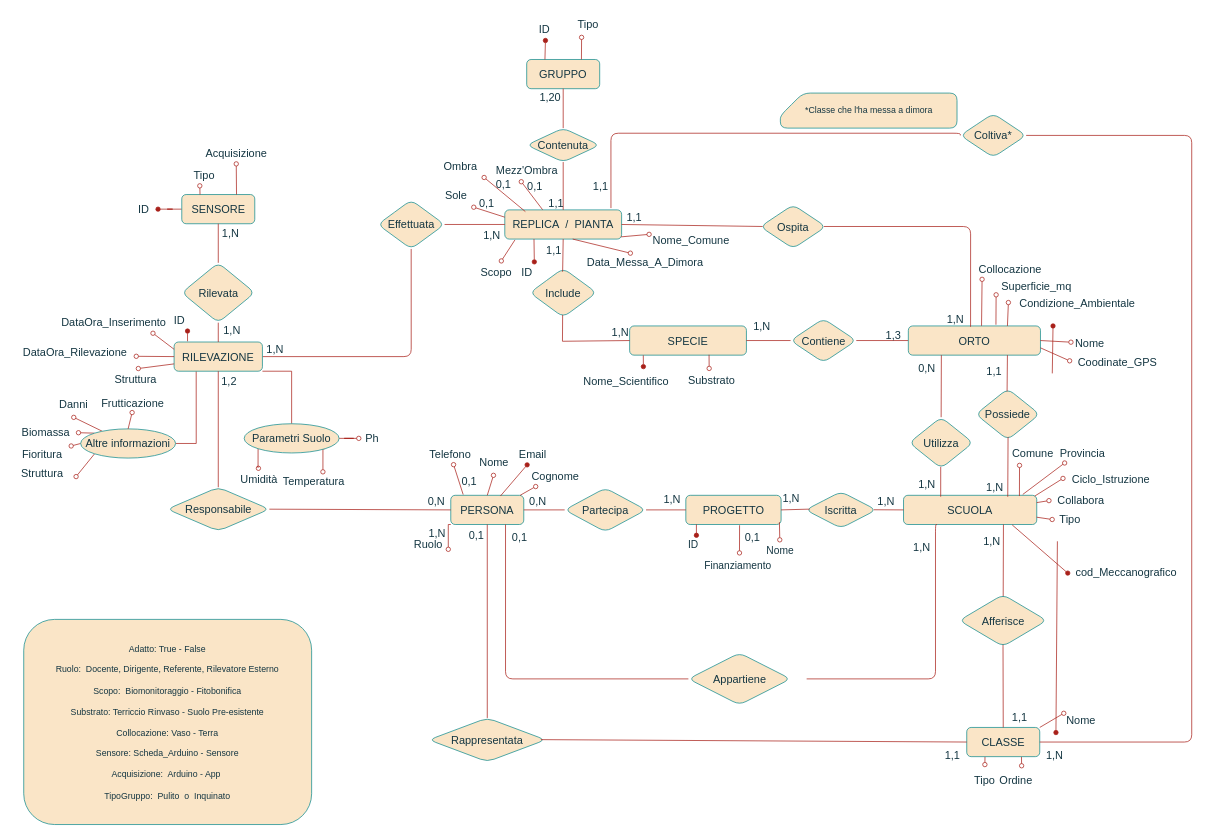
Earlier version of the draw.io diagram Parte I/DiagrammaNonRistrutturato.drawio (andrewasterix/BD). Source tidied: cells renumbered, new cells numbered last; positions are measured from the earlier drawing's top-left corner, leaving out a move shared by most shapes. Both pictures are drawn from the tidied source at 73%, with x=0, y=0 at pixel (12, 12).
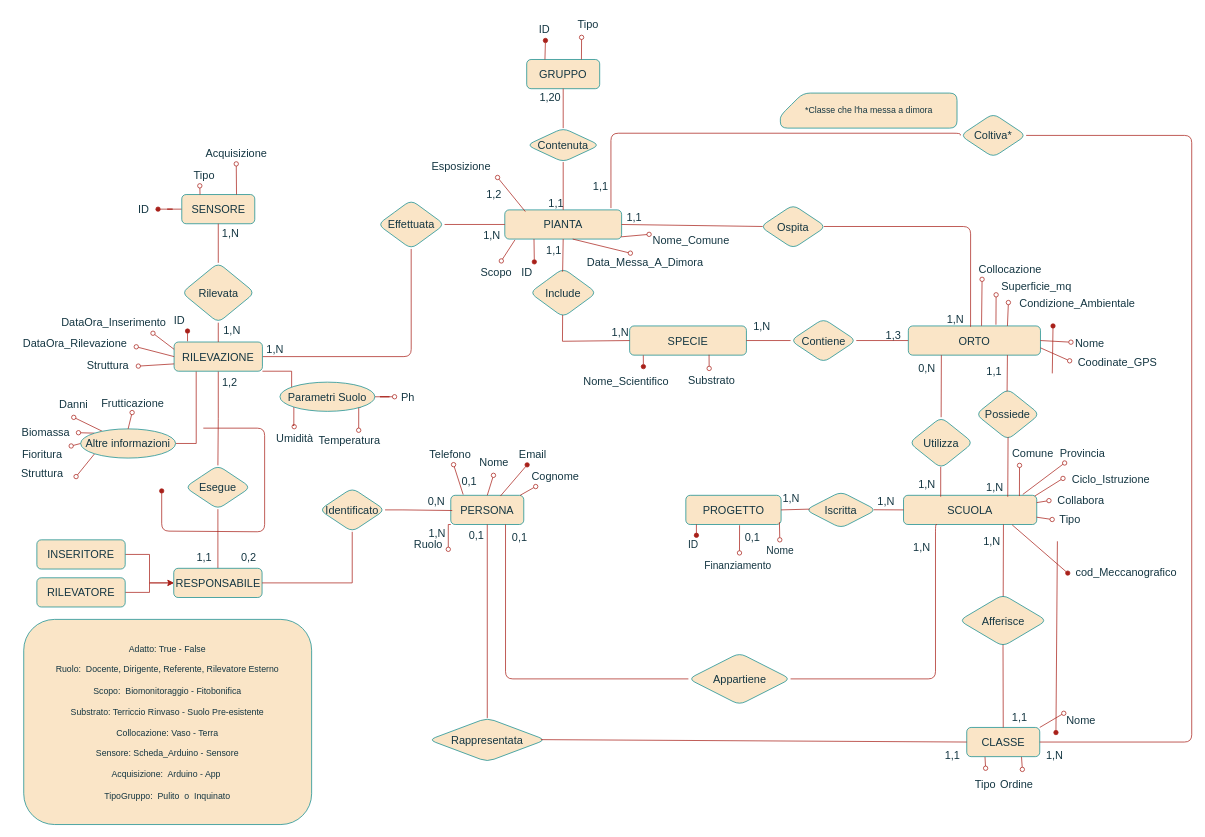
The same diagram, later.

Commit message (it also covers changes not shown here):
DIO CARO non voglio più vedere il diagramma

Unchanged cells that the change refers to:
```xml
<mxCell id="2" value="SCUOLA" style="rounded=1;whiteSpace=wrap;html=1;shadow=0;glass=0;points=[[0,0,0,0,0],[0,0.25,0,0,0],[0,0.5,0,0,0],[0,0.75,0,0,0],[0,1,0,0,0],[0.25,0,0,0,0],[0.25,1,0,0,0],[0.5,0,0,0,0],[0.5,1,0,0,0],[0.75,0,0,0,0],[0.75,1,0,0,0],[1,0,0,0,0],[1,0.25,0,0,0],[1,0.5,0,0,0],[1,0.75,0,0,0],[1,1,0,0,0]];fontSize=15;labelBackgroundColor=none;fillColor=#FAE5C7;strokeColor=#0F8B8D;fontColor=#143642;" parent="1" vertex="1">
  <mxGeometry x="1220.2" y="661" width="182.5" height="40" as="geometry" />
</mxCell>
<mxCell id="5" value="PERSONA" style="whiteSpace=wrap;html=1;rounded=1;shadow=0;glass=0;fontSize=15;points=[[0,0,0,0,0],[0,0.25,0,0,0],[0,0.5,0,0,0],[0,0.75,0,0,0],[0,1,0,0,0],[0.25,0,0,0,0],[0.25,1,0,0,0],[0.5,0,0,0,0],[0.5,1,0,0,0],[0.75,0,0,0,0],[0.75,1,0,0,0],[1,0,0,0,0],[1,0.25,0,0,0],[1,0.5,0,0,0],[1,0.75,0,0,0],[1,1,0,0,0]];labelBackgroundColor=none;fillColor=#FAE5C7;strokeColor=#0F8B8D;fontColor=#143642;" parent="1" vertex="1">
  <mxGeometry x="600" y="661" width="100" height="40" as="geometry" />
</mxCell>
<mxCell id="22" value="RILEVAZIONE" style="whiteSpace=wrap;html=1;rounded=1;shadow=0;glass=0;fontSize=15;points=[[0,0,0,0,0],[0,0.25,0,0,0],[0,0.5,0,0,0],[0,0.75,0,0,0],[0,1,0,0,0],[0.25,0,0,0,0],[0.25,1,0,0,0],[0.5,0,0,0,0],[0.5,1,0,0,0],[0.75,0,0,0,0],[0.75,1,0,0,0],[1,0,0,0,0],[1,0.25,0,0,0],[1,0.5,0,0,0],[1,0.75,0,0,0],[1,1,0,0,0]];labelBackgroundColor=none;fillColor=#FAE5C7;strokeColor=#0F8B8D;fontColor=#143642;" parent="1" vertex="1">
  <mxGeometry x="221" y="451" width="121" height="40" as="geometry" />
</mxCell>
<mxCell id="36" value="Appartiene" style="rhombus;whiteSpace=wrap;html=1;fontFamily=Helvetica;fontSize=15;align=center;verticalAlign=middle;labelBackgroundColor=none;rounded=1;fillColor=#FAE5C7;strokeColor=#0F8B8D;fontColor=#143642;" parent="1" vertex="1">
  <mxGeometry x="925.5" y="877" width="140" height="71" as="geometry" />
</mxCell>
<mxCell id="49" value="PROGETTO" style="rounded=1;whiteSpace=wrap;html=1;shadow=0;glass=0;points=[[0,0,0,0,0],[0,0.25,0,0,0],[0,0.5,0,0,0],[0,0.75,0,0,0],[0,1,0,0,0],[0.25,0,0,0,0],[0.25,1,0,0,0],[0.5,0,0,0,0],[0.5,1,0,0,0],[0.75,0,0,0,0],[0.75,1,0,0,0],[1,0,0,0,0],[1,0.25,0,0,0],[1,0.5,0,0,0],[1,0.75,0,0,0],[1,1,0,0,0]];fontSize=15;labelBackgroundColor=none;fillColor=#FAE5C7;strokeColor=#0F8B8D;fontColor=#143642;" parent="1" vertex="1">
  <mxGeometry x="922" y="661" width="130.5" height="40" as="geometry" />
</mxCell>
<mxCell id="140" value="0,N" style="text;html=1;align=center;verticalAlign=middle;points=[];strokeColor=none;fillColor=none;fontSize=15;fontFamily=Helvetica;rounded=1;labelBackgroundColor=none;fontColor=#143642;" parent="1" vertex="1">
  <mxGeometry x="559" y="654" width="41" height="30" as="geometry" />
</mxCell>
```

What changed in the source:
```diff
@@
-    <mxCell id="3" value="Partecipa" style="rhombus;whiteSpace=wrap;html=1;rounded=1;shadow=0;glass=0;fontSize=15;align=center;verticalAlign=middle;labelBackgroundColor=none;fillColor=#FAE5C7;strokeColor=#0F8B8D;fontColor=#143642;" parent="1" vertex="1">
-      <mxGeometry x="756" y="651" width="111.5" height="60" as="geometry" />
-    </mxCell>
@@
     <mxCell id="15" value="Ordine" style="text;html=1;align=center;verticalAlign=middle;points=[];strokeColor=none;fillColor=none;fontSize=15;fontFamily=Helvetica;labelBackgroundColor=none;rounded=1;fontColor=#143642;arcSize=50;" parent="1" vertex="1">
-      <mxGeometry x="1339" y="1036" width="70" height="30" as="geometry" />
+      <mxGeometry x="1340" y="1041" width="70" height="30" as="geometry" />
     </mxCell>
     <mxCell id="16" value="Tipo" style="text;html=1;align=center;verticalAlign=middle;points=[];strokeColor=none;fillColor=none;fontSize=15;fontFamily=Helvetica;labelBackgroundColor=none;rounded=1;fontColor=#143642;" parent="1" vertex="1">
-      <mxGeometry x="1305.8" y="1036" width="50" height="30" as="geometry" />
+      <mxGeometry x="1306.8" y="1041" width="50" height="30" as="geometry" />
     </mxCell>
@@
+    <mxCell id="200" style="edgeStyle=orthogonalEdgeStyle;rounded=0;jettySize=auto;html=1;exitX=0.5;exitY=1;exitDx=0;exitDy=0;exitPerimeter=0;endArrow=none;endFill=0;fillColor=#FAE5C7;strokeColor=#A8201A;labelBackgroundColor=none;fontColor=default;" parent="1" edge="1" source="22" target="201">
+      <mxGeometry relative="1" as="geometry" />
+    </mxCell>
@@
-    <mxCell id="25" value="Responsabile" style="rhombus;whiteSpace=wrap;html=1;fontSize=15;labelBackgroundColor=none;rounded=1;fillColor=#FAE5C7;strokeColor=#0F8B8D;fontColor=#143642;" parent="1" vertex="1">
-      <mxGeometry x="211.5" y="650" width="140" height="60" as="geometry" />
-    </mxCell>
@@
-    <mxCell id="38" value="REPLICA&amp;nbsp; /&amp;nbsp; PIANTA" style="rounded=1;whiteSpace=wrap;html=1;shadow=0;glass=0;points=[[0,0,0,0,0],[0,0.25,0,0,0],[0,0.5,0,0,0],[0,0.75,0,0,0],[0,1,0,0,0],[0.25,0,0,0,0],[0.25,1,0,0,0],[0.5,0,0,0,0],[0.5,1,0,0,0],[0.75,0,0,0,0],[0.75,1,0,0,0],[1,0,0,0,0],[1,0.25,0,0,0],[1,0.5,0,0,0],[1,0.75,0,0,0],[1,1,0,0,0]];fontSize=15;labelBackgroundColor=none;fillColor=#FAE5C7;strokeColor=#0F8B8D;fontColor=#143642;" parent="1" vertex="1">
+    <mxCell id="38" value="PIANTA" style="rounded=1;whiteSpace=wrap;html=1;shadow=0;glass=0;points=[[0,0,0,0,0],[0,0.25,0,0,0],[0,0.5,0,0,0],[0,0.75,0,0,0],[0,1,0,0,0],[0.25,0,0,0,0],[0.25,1,0,0,0],[0.5,0,0,0,0],[0.5,1,0,0,0],[0.75,0,0,0,0],[0.75,1,0,0,0],[1,0,0,0,0],[1,0.25,0,0,0],[1,0.5,0,0,0],[1,0.75,0,0,0],[1,1,0,0,0]];fontSize=15;labelBackgroundColor=none;fillColor=#FAE5C7;strokeColor=#0F8B8D;fontColor=#143642;" parent="1" vertex="1">
       <mxGeometry x="674" y="270" width="160" height="40" as="geometry" />
     </mxCell>
@@
-    <mxCell id="45" style="endArrow=none;html=1;rounded=0;entryX=0;entryY=0.5;entryDx=0;entryDy=0;entryPerimeter=0;exitX=1;exitY=0.5;exitDx=0;exitDy=0;labelBackgroundColor=none;strokeColor=#A8201A;fontColor=default;" parent="1" edge="1" source="25" target="5">
-      <mxGeometry relative="1" as="geometry" />
-    </mxCell>
@@
-    <mxCell id="50" style="endArrow=none;html=1;rounded=0;entryX=0;entryY=0.5;entryDx=0;entryDy=0;entryPerimeter=0;exitX=1;exitY=0.5;exitDx=0;exitDy=0;labelBackgroundColor=none;strokeColor=#A8201A;fontColor=default;" parent="1" edge="1" source="3" target="49">
-      <mxGeometry relative="1" as="geometry" />
-    </mxCell>
-    <mxCell id="51" style="endArrow=none;html=1;rounded=0;entryX=1;entryY=0.5;entryDx=0;entryDy=0;entryPerimeter=0;exitX=0;exitY=0.5;exitDx=0;exitDy=0;labelBackgroundColor=none;strokeColor=#A8201A;fontColor=default;" parent="1" edge="1" source="3" target="5">
-      <mxGeometry relative="1" as="geometry" />
-    </mxCell>
@@
-    <mxCell id="69" style="edgeStyle=orthogonalEdgeStyle;rounded=1;jettySize=auto;html=1;entryX=1;entryY=0.5;entryDx=0;entryDy=0;fontFamily=Helvetica;fontSize=15;fontColor=default;endArrow=none;endFill=0;labelBackgroundColor=none;exitX=0.25;exitY=1;exitDx=0;exitDy=0;strokeColor=#A8201A;exitPerimeter=0;" parent="1" edge="1" source="2">
+    <mxCell id="69" style="edgeStyle=orthogonalEdgeStyle;rounded=1;jettySize=auto;html=1;entryX=1;entryY=0.5;entryDx=0;entryDy=0;fontFamily=Helvetica;fontSize=15;fontColor=default;endArrow=none;endFill=0;labelBackgroundColor=none;exitX=0.25;exitY=1;exitDx=0;exitDy=0;strokeColor=#A8201A;exitPerimeter=0;" parent="1" edge="1" source="2" target="36">
       <mxGeometry relative="1" as="geometry">
-        <mxPoint x="1087.5" y="912.5" as="targetPoint" />
         <Array as="points">
           <mxPoint x="1264" y="701" />
           <mxPoint x="1264" y="913" />
         </Array>
       </mxGeometry>
     </mxCell>
@@
-    <mxCell id="76" style="edgeStyle=none;shape=connector;rounded=1;jettySize=auto;html=1;exitX=0;exitY=0.75;exitDx=0;exitDy=0;labelBackgroundColor=none;fontFamily=Helvetica;fontSize=15;fontColor=default;endArrow=oval;endFill=0;strokeColor=#A8201A;entryX=0.55;entryY=0.011;entryDx=0;entryDy=0;entryPerimeter=0;exitPerimeter=0;" parent="1" edge="1" source="22" target="77">
+    <mxCell id="76" style="edgeStyle=none;shape=connector;rounded=1;jettySize=auto;html=1;exitX=0;exitY=0.75;exitDx=0;exitDy=0;labelBackgroundColor=none;fontFamily=Helvetica;fontSize=15;fontColor=default;endArrow=oval;endFill=0;strokeColor=#A8201A;entryX=1.025;entryY=0.567;entryDx=0;entryDy=0;entryPerimeter=0;exitPerimeter=0;" parent="1" edge="1" source="22" target="77">
       <mxGeometry relative="1" as="geometry" />
     </mxCell>
     <mxCell id="77" value="&lt;span style=&quot;font-size: 15px;&quot;&gt;Struttura&lt;/span&gt;" style="text;html=1;align=center;verticalAlign=middle;points=[];strokeColor=none;fillColor=none;fontSize=15;fontFamily=Helvetica;labelBackgroundColor=none;rounded=1;fontColor=#143642;" parent="1" vertex="1">
-      <mxGeometry x="128" y="487" width="80" height="30" as="geometry" />
+      <mxGeometry x="90" y="467" width="80" height="30" as="geometry" />
     </mxCell>
@@
     <mxCell id="81" value="&lt;span style=&quot;font-size: 15px;&quot;&gt;DataOra_Rilevazione&lt;/span&gt;" style="text;html=1;align=center;verticalAlign=middle;points=[];strokeColor=none;fillColor=none;fontSize=15;fontFamily=Helvetica;labelBackgroundColor=none;rounded=1;fontColor=#143642;" parent="1" vertex="1">
-      <mxGeometry y="450" width="170" height="30" as="geometry" />
+      <mxGeometry y="437" width="170" height="30" as="geometry" />
     </mxCell>
@@
-    <mxCell id="95" style="edgeStyle=none;shape=connector;rounded=1;jettySize=auto;html=1;labelBackgroundColor=none;fontFamily=Helvetica;fontSize=15;fontColor=default;endArrow=oval;endFill=0;strokeColor=#A8201A;exitX=0.324;exitY=-0.004;exitDx=0;exitDy=0;exitPerimeter=0;entryX=0.433;entryY=1.015;entryDx=0;entryDy=0;entryPerimeter=0;" parent="1" edge="1" source="38" target="97">
-      <mxGeometry relative="1" as="geometry" />
-    </mxCell>
@@
-    <mxCell id="97" value="&lt;span style=&quot;font-size: 15px;&quot;&gt;Mezz'Ombra&lt;br&gt;&lt;/span&gt;" style="text;html=1;align=center;verticalAlign=middle;points=[];strokeColor=none;fillColor=none;fontSize=15;fontFamily=Helvetica;labelBackgroundColor=none;rounded=1;fontColor=#143642;arcSize=0;rotation=0;" parent="1" vertex="1">
-      <mxGeometry x="652" y="201" width="103" height="30" as="geometry" />
-    </mxCell>
@@
-    <mxCell id="139" value="0,N" style="text;html=1;align=center;verticalAlign=middle;strokeColor=none;fillColor=none;fontSize=15;fontFamily=Helvetica;rounded=1;labelBackgroundColor=none;fontColor=#143642;" parent="1" vertex="1">
-      <mxGeometry x="698" y="654" width="41" height="30" as="geometry" />
-    </mxCell>
@@
-    <mxCell id="164" value="1,2" style="text;html=1;align=center;verticalAlign=middle;strokeColor=none;fillColor=none;fontSize=15;fontFamily=Helvetica;rounded=1;labelBackgroundColor=none;fontColor=#143642;" parent="1" vertex="1">
-      <mxGeometry x="276" y="490" width="39" height="30" as="geometry" />
-    </mxCell>
@@
-    <mxCell id="166" value="1,N" style="text;html=1;align=center;verticalAlign=middle;strokeColor=none;fillColor=none;fontSize=15;fontFamily=Helvetica;rounded=1;labelBackgroundColor=none;fontColor=#143642;" parent="1" vertex="1">
-      <mxGeometry x="882" y="651" width="41" height="30" as="geometry" />
-    </mxCell>
@@
-    <mxCell id="169" style="endArrow=none;html=1;rounded=0;exitX=0.5;exitY=0;exitDx=0;exitDy=0;entryX=0.5;entryY=1;entryDx=0;entryDy=0;entryPerimeter=0;labelBackgroundColor=none;strokeColor=#A8201A;fontColor=default;" parent="1" edge="1" source="25" target="22">
-      <mxGeometry relative="1" as="geometry" />
-    </mxCell>
@@
-    <mxCell id="172" value="&lt;span style=&quot;font-size: 15px;&quot;&gt;Ombra&lt;br&gt;&lt;/span&gt;" style="text;html=1;align=center;verticalAlign=middle;points=[];strokeColor=none;fillColor=none;fontSize=15;fontFamily=Helvetica;labelBackgroundColor=none;rounded=1;fontColor=#143642;arcSize=0;rotation=0;" parent="1" vertex="1">
-      <mxGeometry x="581" y="195" width="64" height="30" as="geometry" />
+    <mxCell id="172" value="&lt;span style=&quot;font-size: 15px;&quot;&gt;Esposizione&lt;br&gt;&lt;/span&gt;" style="text;html=1;align=center;verticalAlign=middle;points=[];strokeColor=none;fillColor=none;fontSize=15;fontFamily=Helvetica;labelBackgroundColor=none;rounded=1;fontColor=#143642;arcSize=0;rotation=0;" parent="1" vertex="1">
+      <mxGeometry x="564" y="195" width="99" height="30" as="geometry" />
     </mxCell>
-    <mxCell id="173" style="edgeStyle=none;shape=connector;rounded=1;jettySize=auto;html=1;labelBackgroundColor=none;fontFamily=Helvetica;fontSize=15;fontColor=default;endArrow=oval;endFill=0;strokeColor=#A8201A;exitX=0;exitY=0.25;exitDx=0;exitDy=0;exitPerimeter=0;entryX=1.01;entryY=1.045;entryDx=0;entryDy=0;entryPerimeter=0;" parent="1" edge="1" source="38" target="174">
-      <mxGeometry relative="1" as="geometry" />
-    </mxCell>
-    <mxCell id="174" value="&lt;span style=&quot;font-size: 15px;&quot;&gt;Sole&lt;br&gt;&lt;/span&gt;" style="text;html=1;align=center;verticalAlign=middle;points=[];strokeColor=none;fillColor=none;fontSize=15;fontFamily=Helvetica;labelBackgroundColor=none;rounded=1;fontColor=#143642;arcSize=0;rotation=0;" parent="1" vertex="1">
-      <mxGeometry x="583" y="235" width="48" height="30" as="geometry" />
-    </mxCell>
-    <mxCell id="175" value="0,1" style="text;html=1;align=center;verticalAlign=middle;strokeColor=none;fillColor=none;fontSize=15;fontFamily=Helvetica;rounded=1;labelBackgroundColor=none;fontColor=#143642;" parent="1" vertex="1">
-      <mxGeometry x="628.8" y="245" width="40" height="30" as="geometry" />
-    </mxCell>
-    <mxCell id="176" value="0,1" style="text;html=1;align=center;verticalAlign=middle;strokeColor=none;fillColor=none;fontSize=15;fontFamily=Helvetica;rounded=1;labelBackgroundColor=none;fontColor=#143642;" parent="1" vertex="1">
-      <mxGeometry x="652" y="219" width="40" height="30" as="geometry" />
-    </mxCell>
-    <mxCell id="177" value="0,1" style="text;html=1;align=center;verticalAlign=middle;strokeColor=none;fillColor=none;fontSize=15;fontFamily=Helvetica;rounded=1;labelBackgroundColor=none;fontColor=#143642;" parent="1" vertex="1">
-      <mxGeometry x="695" y="222" width="40" height="30" as="geometry" />
-    </mxCell>
@@
     <mxCell id="196" value="Parametri Suolo" style="ellipse;whiteSpace=wrap;html=1;fontFamily=Helvetica;fontSize=15;labelBackgroundColor=none;rounded=1;fillColor=#FAE5C7;strokeColor=#0F8B8D;fontColor=#143642;" parent="1" vertex="1">
-      <mxGeometry x="317" y="563" width="130" height="40" as="geometry" />
+      <mxGeometry x="366" y="506" width="130" height="40" as="geometry" />
     </mxCell>
     <mxCell id="197" value="&lt;span style=&quot;font-size: 15px;&quot;&gt;Ph&lt;br&gt;&lt;/span&gt;" style="text;html=1;align=center;verticalAlign=middle;points=[];strokeColor=none;fillColor=none;fontSize=15;fontFamily=Helvetica;labelBackgroundColor=none;rounded=1;fontColor=#143642;" parent="1" vertex="1">
-      <mxGeometry x="474" y="568" width="36" height="30" as="geometry" />
+      <mxGeometry x="523" y="511" width="36" height="30" as="geometry" />
     </mxCell>
     <mxCell id="198" value="&lt;span style=&quot;font-size: 15px;&quot;&gt;Temperatura&lt;br&gt;&lt;/span&gt;" style="text;html=1;align=center;verticalAlign=middle;points=[];strokeColor=none;fillColor=none;fontSize=15;fontFamily=Helvetica;labelBackgroundColor=none;rounded=1;fontColor=#143642;" parent="1" vertex="1">
-      <mxGeometry x="361" y="627" width="102" height="30" as="geometry" />
+      <mxGeometry x="410" y="570" width="102" height="30" as="geometry" />
     </mxCell>
     <mxCell id="199" value="&lt;span style=&quot;font-size: 15px;&quot;&gt;Umidità&lt;br&gt;&lt;/span&gt;" style="text;html=1;align=center;verticalAlign=middle;points=[];strokeColor=none;fillColor=none;fontSize=15;fontFamily=Helvetica;labelBackgroundColor=none;rounded=1;fontColor=#143642;" parent="1" vertex="1">
-      <mxGeometry x="302" y="624" width="69" height="30" as="geometry" />
+      <mxGeometry x="351" y="567" width="69" height="30" as="geometry" />
     </mxCell>
+    <mxCell id="201" value="Esegue" style="rhombus;whiteSpace=wrap;html=1;fontSize=15;labelBackgroundColor=none;rounded=1;fillColor=#FAE5C7;strokeColor=#0F8B8D;fontColor=#143642;" parent="1" vertex="1">
+      <mxGeometry x="236" y="620" width="90" height="60" as="geometry" />
+    </mxCell>
+    <mxCell id="202" style="edgeStyle=orthogonalEdgeStyle;rounded=0;jettySize=auto;html=1;exitX=0.5;exitY=0;exitDx=0;exitDy=0;exitPerimeter=0;endArrow=none;endFill=0;fillColor=#FAE5C7;strokeColor=#A8201A;labelBackgroundColor=none;fontColor=default;" parent="1" edge="1" source="203" target="201">
+      <mxGeometry relative="1" as="geometry" />
+    </mxCell>
+    <mxCell id="203" value="RESPONSABILE" style="whiteSpace=wrap;html=1;rounded=1;shadow=0;glass=0;fontSize=15;points=[[0,0,0,0,0],[0,0.25,0,0,0],[0,0.5,0,0,0],[0,0.75,0,0,0],[0,1,0,0,0],[0.25,0,0,0,0],[0.25,1,0,0,0],[0.5,0,0,0,0],[0.5,1,0,0,0],[0.75,0,0,0,0],[0.75,1,0,0,0],[1,0,0,0,0],[1,0.25,0,0,0],[1,0.5,0,0,0],[1,0.75,0,0,0],[1,1,0,0,0]];labelBackgroundColor=none;fillColor=#FAE5C7;strokeColor=#0F8B8D;fontColor=#143642;" parent="1" vertex="1">
+      <mxGeometry x="220.5" y="761" width="121" height="40" as="geometry" />
+    </mxCell>
+    <mxCell id="204" value="1,1" style="text;html=1;align=center;verticalAlign=middle;strokeColor=none;fillColor=none;fontSize=15;fontFamily=Helvetica;rounded=1;labelBackgroundColor=none;fontColor=#143642;" parent="1" vertex="1">
+      <mxGeometry x="242.5" y="731" width="39" height="30" as="geometry" />
+    </mxCell>
+    <mxCell id="205" value="0,2" style="text;html=1;align=center;verticalAlign=middle;strokeColor=none;fillColor=none;fontSize=15;fontFamily=Helvetica;rounded=1;labelBackgroundColor=none;fontColor=#143642;" parent="1" vertex="1">
+      <mxGeometry x="303" y="731" width="39" height="30" as="geometry" />
+    </mxCell>
+    <mxCell id="206" style="edgeStyle=orthogonalEdgeStyle;rounded=0;jettySize=auto;html=1;exitX=1;exitY=0.5;exitDx=0;exitDy=0;entryX=1.049;entryY=0.928;entryDx=0;entryDy=0;entryPerimeter=0;labelBackgroundColor=none;strokeColor=#A8201A;fontColor=default;endArrow=none;endFill=0;" parent="1" edge="1" source="208" target="140">
+      <mxGeometry relative="1" as="geometry" />
+    </mxCell>
+    <mxCell id="207" style="edgeStyle=orthogonalEdgeStyle;rounded=0;jettySize=auto;html=1;exitX=0.5;exitY=1;exitDx=0;exitDy=0;entryX=1;entryY=0.5;entryDx=0;entryDy=0;entryPerimeter=0;fillColor=#FAE5C7;strokeColor=#A8201A;endArrow=none;endFill=0;labelBackgroundColor=none;fontColor=default;" parent="1" edge="1" source="208" target="203">
+      <mxGeometry relative="1" as="geometry">
+        <Array as="points">
+          <mxPoint x="465" y="781" />
+        </Array>
+      </mxGeometry>
+    </mxCell>
+    <mxCell id="208" value="Identificato" style="rhombus;whiteSpace=wrap;html=1;fontSize=15;labelBackgroundColor=none;rounded=1;fillColor=#FAE5C7;strokeColor=#0F8B8D;fontColor=#143642;" parent="1" vertex="1">
+      <mxGeometry x="420" y="651" width="90" height="60" as="geometry" />
+    </mxCell>
+    <mxCell id="209" style="edgeStyle=none;shape=connector;rounded=1;orthogonalLoop=1;jettySize=auto;html=1;labelBackgroundColor=none;fontFamily=Helvetica;fontSize=15;fontColor=default;endArrow=oval;endFill=1;strokeColor=#A8201A;" parent="1" edge="1">
+      <mxGeometry relative="1" as="geometry">
+        <mxPoint x="261" y="569" as="sourcePoint" />
+        <mxPoint x="204" y="655" as="targetPoint" />
+        <Array as="points">
+          <mxPoint x="345" y="569" />
+          <mxPoint x="345" y="711" />
+          <mxPoint x="204" y="710" />
+        </Array>
+      </mxGeometry>
+    </mxCell>
+    <mxCell id="210" value="1,2" style="text;html=1;align=center;verticalAlign=middle;strokeColor=none;fillColor=none;fontSize=15;fontFamily=Helvetica;rounded=1;labelBackgroundColor=none;fontColor=#143642;" parent="1" vertex="1">
+      <mxGeometry x="639" y="233" width="39" height="30" as="geometry" />
+    </mxCell>
+    <mxCell id="211" style="edgeStyle=orthogonalEdgeStyle;rounded=0;jettySize=auto;html=1;exitX=1;exitY=0.5;exitDx=0;exitDy=0;exitPerimeter=0;entryX=0;entryY=0.5;entryDx=0;entryDy=0;entryPerimeter=0;strokeColor=#A8201A;fontColor=#143642;fillColor=#FAE5C7;" parent="1" edge="1" source="212" target="203">
+      <mxGeometry relative="1" as="geometry" />
+    </mxCell>
+    <mxCell id="212" value="RILEVATORE" style="whiteSpace=wrap;html=1;rounded=1;shadow=0;glass=0;fontSize=15;points=[[0,0,0,0,0],[0,0.25,0,0,0],[0,0.5,0,0,0],[0,0.75,0,0,0],[0,1,0,0,0],[0.25,0,0,0,0],[0.25,1,0,0,0],[0.5,0,0,0,0],[0.5,1,0,0,0],[0.75,0,0,0,0],[0.75,1,0,0,0],[1,0,0,0,0],[1,0.25,0,0,0],[1,0.5,0,0,0],[1,0.75,0,0,0],[1,1,0,0,0]];labelBackgroundColor=none;fillColor=#FAE5C7;strokeColor=#0F8B8D;fontColor=#143642;" parent="1" vertex="1">
+      <mxGeometry x="33" y="774" width="121" height="40" as="geometry" />
+    </mxCell>
+    <mxCell id="213" style="edgeStyle=orthogonalEdgeStyle;rounded=0;jettySize=auto;html=1;exitX=1;exitY=0.5;exitDx=0;exitDy=0;exitPerimeter=0;strokeColor=#A8201A;fontColor=#143642;fillColor=#FAE5C7;" parent="1" edge="1" source="214" target="203">
+      <mxGeometry relative="1" as="geometry" />
+    </mxCell>
+    <mxCell id="214" value="INSERITORE" style="whiteSpace=wrap;html=1;rounded=1;shadow=0;glass=0;fontSize=15;points=[[0,0,0,0,0],[0,0.25,0,0,0],[0,0.5,0,0,0],[0,0.75,0,0,0],[0,1,0,0,0],[0.25,0,0,0,0],[0.25,1,0,0,0],[0.5,0,0,0,0],[0.5,1,0,0,0],[0.75,0,0,0,0],[0.75,1,0,0,0],[1,0,0,0,0],[1,0.25,0,0,0],[1,0.5,0,0,0],[1,0.75,0,0,0],[1,1,0,0,0]];labelBackgroundColor=none;fillColor=#FAE5C7;strokeColor=#0F8B8D;fontColor=#143642;" parent="1" vertex="1">
+      <mxGeometry x="33" y="722" width="121" height="40" as="geometry" />
+    </mxCell>
+    <mxCell id="215" value="1,2" style="text;html=1;align=center;verticalAlign=middle;strokeColor=none;fillColor=none;fontSize=15;fontFamily=Helvetica;rounded=1;labelBackgroundColor=none;fontColor=#143642;" parent="1" vertex="1">
+      <mxGeometry x="277" y="491" width="39" height="30" as="geometry" />
+    </mxCell>
```
